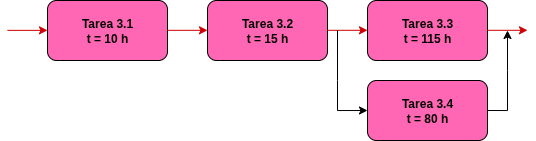
Before: Figuras/tareas_3.png, a diagram exported from draw.io (MatiasRodriguez12/Plantilla-planificacion-MIoT). Source tidied: cells renumbered, new cells last; positions are measured from the earlier drawing's top-left corner, leaving out a move shared by most shapes. The source it was exported from:
```xml
<mxGraphModel>
  <root>
    <mxCell id="0" />
    <mxCell id="1" parent="0" />
    <mxCell id="2" value="&lt;div&gt;&lt;font style=&quot;color: light-dark(rgb(0, 0, 0), rgb(0, 0, 0));&quot;&gt;&lt;b&gt;Tarea 3.1&lt;/b&gt;&lt;/font&gt;&lt;/div&gt;&lt;div&gt;&lt;font style=&quot;color: light-dark(rgb(0, 0, 0), rgb(0, 0, 0));&quot;&gt;&lt;b&gt;t = 10 h&lt;/b&gt;&lt;/font&gt;&lt;/div&gt;" style="rounded=1;whiteSpace=wrap;html=1;fillColor=light-dark(#FFFFFF,#FF66B3);strokeColor=light-dark(#000000,#000000);" parent="1" vertex="1">
      <mxGeometry x="40" width="120" height="60" as="geometry" />
    </mxCell>
    <mxCell id="3" style="endArrow=classic;html=1;rounded=0;entryX=0;entryY=0.5;entryDx=0;entryDy=0;exitX=1;exitY=0.5;exitDx=0;exitDy=0;strokeColor=light-dark(#000000,#CC0000);" parent="1" edge="1">
      <mxGeometry relative="1" as="geometry">
        <mxPoint y="29.9" as="sourcePoint" />
        <mxPoint x="40" y="29.9" as="targetPoint" />
      </mxGeometry>
    </mxCell>
    <mxCell id="4" style="endArrow=classic;html=1;rounded=0;entryX=0;entryY=0.5;entryDx=0;entryDy=0;exitX=1;exitY=0.5;exitDx=0;exitDy=0;strokeColor=light-dark(#000000,#CC0000);" parent="1" edge="1">
      <mxGeometry relative="1" as="geometry">
        <mxPoint x="160" y="29.8" as="sourcePoint" />
        <mxPoint x="200" y="29.8" as="targetPoint" />
      </mxGeometry>
    </mxCell>
    <mxCell id="5" value="&lt;div&gt;&lt;font style=&quot;color: light-dark(rgb(0, 0, 0), rgb(0, 0, 0));&quot;&gt;&lt;b&gt;Tarea 3.2&lt;/b&gt;&lt;/font&gt;&lt;/div&gt;&lt;div&gt;&lt;font style=&quot;color: light-dark(rgb(0, 0, 0), rgb(0, 0, 0));&quot;&gt;&lt;b&gt;t = 15 h&lt;/b&gt;&lt;/font&gt;&lt;/div&gt;" style="rounded=1;whiteSpace=wrap;html=1;fillColor=light-dark(#FFFFFF,#FF66B3);strokeColor=light-dark(#000000,#000000);" parent="1" vertex="1">
      <mxGeometry x="200" width="120" height="60" as="geometry" />
    </mxCell>
    <mxCell id="6" style="endArrow=classic;html=1;rounded=0;entryX=0;entryY=0.5;entryDx=0;entryDy=0;exitX=1;exitY=0.5;exitDx=0;exitDy=0;strokeColor=light-dark(#000000,#CC0000);" parent="1" edge="1">
      <mxGeometry relative="1" as="geometry">
        <mxPoint x="320" y="29.8" as="sourcePoint" />
        <mxPoint x="360" y="29.8" as="targetPoint" />
      </mxGeometry>
    </mxCell>
    <mxCell id="7" value="&lt;div&gt;&lt;font style=&quot;color: light-dark(rgb(0, 0, 0), rgb(0, 0, 0));&quot;&gt;&lt;b&gt;Tarea 3.3&lt;/b&gt;&lt;/font&gt;&lt;/div&gt;&lt;div&gt;&lt;font style=&quot;color: light-dark(rgb(0, 0, 0), rgb(0, 0, 0));&quot;&gt;&lt;b&gt;t = 115 h&lt;/b&gt;&lt;/font&gt;&lt;/div&gt;" style="rounded=1;whiteSpace=wrap;html=1;fillColor=light-dark(#FFFFFF,#FF66B3);strokeColor=light-dark(#000000,#000000);" parent="1" vertex="1">
      <mxGeometry x="360" width="120" height="60" as="geometry" />
    </mxCell>
    <mxCell id="8" style="endArrow=classic;html=1;rounded=0;edgeStyle=orthogonalEdgeStyle;strokeColor=light-dark(#000000,#000000);entryX=0;entryY=0.5;entryDx=0;entryDy=0;" parent="1" edge="1">
      <mxGeometry relative="1" as="geometry">
        <mxPoint x="330" y="30" as="sourcePoint" />
        <mxPoint x="360" y="110" as="targetPoint" />
        <Array as="points">
          <mxPoint x="330" y="80" />
          <mxPoint x="330" y="110" />
        </Array>
      </mxGeometry>
    </mxCell>
    <mxCell id="9" value="&lt;div&gt;&lt;font style=&quot;color: light-dark(rgb(0, 0, 0), rgb(0, 0, 0));&quot;&gt;&lt;b&gt;Tarea 3.4&lt;/b&gt;&lt;/font&gt;&lt;/div&gt;&lt;div&gt;&lt;font style=&quot;color: light-dark(rgb(0, 0, 0), rgb(0, 0, 0));&quot;&gt;&lt;b&gt;t = 80 h&lt;/b&gt;&lt;/font&gt;&lt;/div&gt;" style="rounded=1;whiteSpace=wrap;html=1;fillColor=light-dark(#FFFFFF,#FF66B3);strokeColor=light-dark(#000000,#000000);" parent="1" vertex="1">
      <mxGeometry x="360" y="80" width="120" height="60" as="geometry" />
    </mxCell>
    <mxCell id="10" style="endArrow=classic;html=1;rounded=0;entryX=0;entryY=0.5;entryDx=0;entryDy=0;exitX=1;exitY=0.5;exitDx=0;exitDy=0;strokeColor=light-dark(#000000,#CC0000);" parent="1" edge="1">
      <mxGeometry relative="1" as="geometry">
        <mxPoint x="480" y="29.8" as="sourcePoint" />
        <mxPoint x="520" y="29.8" as="targetPoint" />
      </mxGeometry>
    </mxCell>
    <mxCell id="11" style="endArrow=classic;html=1;rounded=0;edgeStyle=orthogonalEdgeStyle;strokeColor=light-dark(#000000,#000000);exitX=1;exitY=0.5;exitDx=0;exitDy=0;" parent="1" edge="1">
      <mxGeometry relative="1" as="geometry">
        <mxPoint x="480" y="110" as="sourcePoint" />
        <mxPoint x="500" y="30" as="targetPoint" />
        <Array as="points">
          <mxPoint x="500" y="110" />
          <mxPoint x="500" y="70" />
        </Array>
      </mxGeometry>
    </mxCell>
  </root>
</mxGraphModel>
```
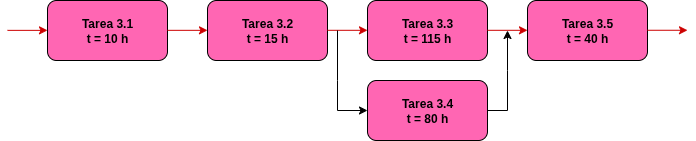
After the commit.

What changed in the source:
```diff
@@ -58,5 +58,14 @@
         </Array>
       </mxGeometry>
     </mxCell>
+    <mxCell id="12" value="&lt;div&gt;&lt;font style=&quot;color: light-dark(rgb(0, 0, 0), rgb(0, 0, 0));&quot;&gt;&lt;b&gt;Tarea 3.5&lt;/b&gt;&lt;/font&gt;&lt;/div&gt;&lt;div&gt;&lt;font style=&quot;color: light-dark(rgb(0, 0, 0), rgb(0, 0, 0));&quot;&gt;&lt;b&gt;t = 40 h&lt;/b&gt;&lt;/font&gt;&lt;/div&gt;" style="rounded=1;whiteSpace=wrap;html=1;fillColor=light-dark(#FFFFFF,#FF66B3);strokeColor=light-dark(#000000,#000000);" parent="1" vertex="1">
+      <mxGeometry x="520" width="120" height="60" as="geometry" />
+    </mxCell>
+    <mxCell id="13" style="endArrow=classic;html=1;rounded=0;entryX=0;entryY=0.5;entryDx=0;entryDy=0;exitX=1;exitY=0.5;exitDx=0;exitDy=0;strokeColor=light-dark(#000000,#CC0000);" parent="1" edge="1">
+      <mxGeometry relative="1" as="geometry">
+        <mxPoint x="640" y="29.8" as="sourcePoint" />
+        <mxPoint x="680" y="29.8" as="targetPoint" />
+      </mxGeometry>
+    </mxCell>
   </root>
 </mxGraphModel>
```
